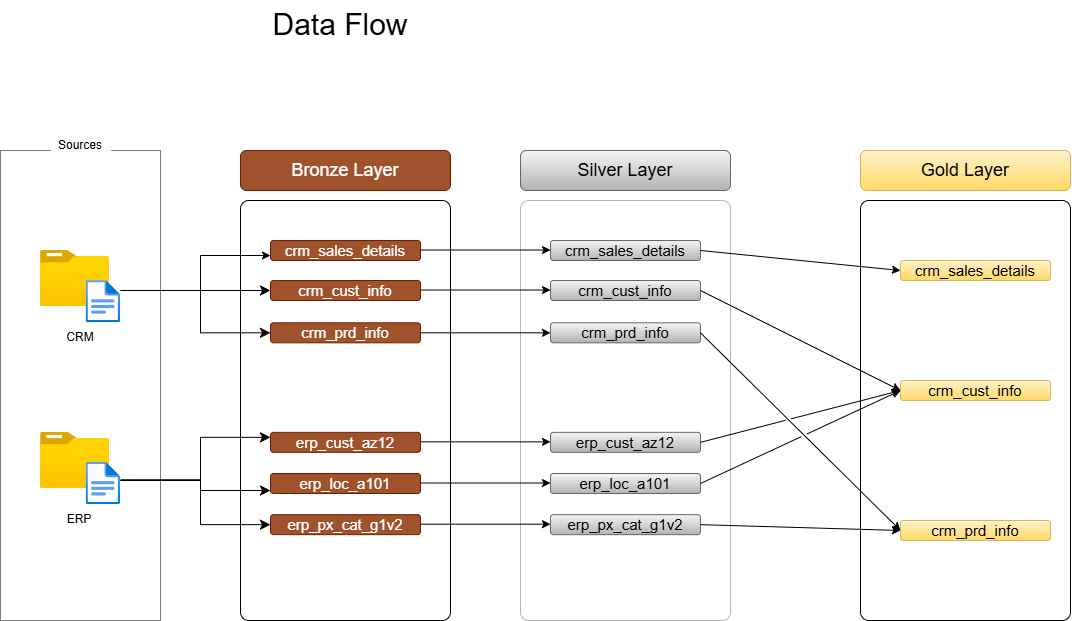
Before: Docs/data_flow.png, a diagram exported from draw.io (omprakash-mourya/sql-data-warehouse-project). Source tidied: cells renumbered, new cells last; positions are measured from the earlier drawing's top-left corner, leaving out a move shared by most shapes.
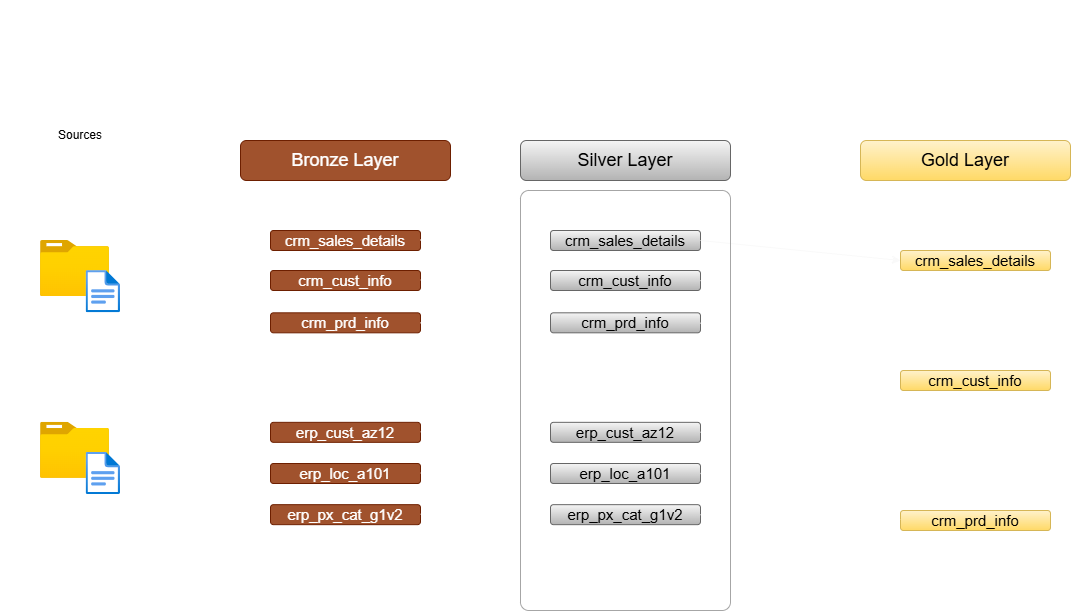
After the change.

Change to the diagram source:
```diff
@@ -2,10 +2,10 @@
   <root>
     <mxCell id="0" />
     <mxCell id="1" parent="0" />
-    <mxCell id="2" value="&lt;font style=&quot;font-size: 30px;&quot;&gt;Data Flow&lt;/font&gt;" style="text;html=1;whiteSpace=wrap;overflow=hidden;rounded=0;align=center;" parent="1" vertex="1">
-      <mxGeometry x="250" width="180" height="50" as="geometry" />
+    <mxCell id="2" value="&lt;font style=&quot;font-size: 30px; color: rgb(255, 255, 255);&quot;&gt;Data Flow&lt;/font&gt;" style="text;html=1;whiteSpace=wrap;overflow=hidden;rounded=0;align=center;fontColor=#FFFFFF;" parent="1" vertex="1">
+      <mxGeometry x="530" y="10" width="180" height="50" as="geometry" />
     </mxCell>
-    <mxCell id="3" style="rounded=0;whiteSpace=wrap;html=1;fillColor=none;dashed=1;dashPattern=1 1;" parent="1" vertex="1">
+    <mxCell id="3" style="rounded=0;whiteSpace=wrap;html=1;fillColor=none;dashed=1;dashPattern=1 2;strokeColor=#FFFFFF;" parent="1" vertex="1">
       <mxGeometry y="150" width="160" height="470" as="geometry" />
     </mxCell>
     <mxCell id="4" value="Sources" style="text;html=1;whiteSpace=wrap;strokeColor=none;fillColor=default;align=center;verticalAlign=middle;rounded=0;shadow=0;sketch=1;curveFitting=1;jiggle=2;gradientColor=none;" parent="1" vertex="1">
@@ -23,13 +23,13 @@
     <mxCell id="8" style="image;html=1;points=[];align=center;fontSize=12;image=img/lib/azure2/general/File.svg;" parent="1" vertex="1">
       <mxGeometry x="85.7" y="461.8" width="34.4" height="42.3" as="geometry" />
     </mxCell>
-    <mxCell id="9" value="CRM" style="text;html=1;whiteSpace=wrap;strokeColor=none;fillColor=none;align=center;verticalAlign=middle;rounded=0;" parent="1" vertex="1">
+    <mxCell id="9" value="CRM" style="text;html=1;whiteSpace=wrap;strokeColor=none;fillColor=none;align=center;verticalAlign=middle;rounded=0;fontColor=#FFFFFF;" parent="1" vertex="1">
       <mxGeometry x="50" y="322.3" width="60" height="30" as="geometry" />
     </mxCell>
-    <mxCell id="10" value="ERP" style="text;html=1;whiteSpace=wrap;strokeColor=none;fillColor=none;align=center;verticalAlign=middle;rounded=0;" parent="1" vertex="1">
+    <mxCell id="10" value="ERP" style="text;html=1;whiteSpace=wrap;strokeColor=none;fillColor=none;align=center;verticalAlign=middle;rounded=0;fontColor=#FFFFFF;" parent="1" vertex="1">
       <mxGeometry x="49" y="504.2" width="60" height="30" as="geometry" />
     </mxCell>
-    <mxCell id="11" style="rounded=1;whiteSpace=wrap;html=1;arcSize=4;fillColor=none;strokeWidth=1;strokeColor=light-dark(#000000,#FF8000);" parent="1" vertex="1">
+    <mxCell id="11" style="rounded=1;whiteSpace=wrap;html=1;arcSize=4;fillColor=none;strokeWidth=1;strokeColor=#FFFFFF;" parent="1" vertex="1">
       <mxGeometry x="240" y="200" width="210" height="420" as="geometry" />
     </mxCell>
     <mxCell id="12" value="&lt;font style=&quot;font-size: 18px;&quot;&gt;Bronze Layer&lt;/font&gt;" style="text;html=1;whiteSpace=wrap;strokeColor=#6D1F00;fillColor=#a0522d;align=center;verticalAlign=middle;rounded=1;fontColor=#ffffff;" parent="1" vertex="1">
@@ -53,9 +53,6 @@
     <mxCell id="18" value="&lt;font style=&quot;font-size: 15px;&quot;&gt;erp_px_cat_g1v2&lt;/font&gt;" style="text;html=1;whiteSpace=wrap;strokeColor=#6D1F00;fillColor=#a0522d;align=center;verticalAlign=middle;rounded=1;fontColor=#FFFFFF;" parent="1" vertex="1">
       <mxGeometry x="270" y="514.2" width="150" height="20" as="geometry" />
     </mxCell>
-    <mxCell id="19" style="rounded=1;whiteSpace=wrap;html=1;arcSize=4;fillColor=none;strokeColor=#B6B6B6;" parent="1" vertex="1">
-      <mxGeometry x="520" y="200" width="210" height="420" as="geometry" />
-    </mxCell>
     <mxCell id="20" value="&lt;font style=&quot;font-size: 18px;&quot;&gt;Silver Layer&lt;/font&gt;" style="text;html=1;whiteSpace=wrap;strokeColor=#666666;fillColor=#f5f5f5;align=center;verticalAlign=middle;rounded=1;gradientColor=#b3b3b3;fontColor=#000000;" parent="1" vertex="1">
       <mxGeometry x="520" y="150" width="210" height="40" as="geometry" />
     </mxCell>
@@ -77,7 +74,7 @@
     <mxCell id="26" value="&lt;font style=&quot;font-size: 15px;&quot;&gt;erp_px_cat_g1v2&lt;/font&gt;" style="text;html=1;whiteSpace=wrap;strokeColor=#666666;fillColor=#f5f5f5;align=center;verticalAlign=middle;rounded=1;gradientColor=#b3b3b3;fontColor=#000000;" parent="1" vertex="1">
       <mxGeometry x="550" y="514.2" width="150" height="20" as="geometry" />
     </mxCell>
-    <mxCell id="27" style="rounded=1;whiteSpace=wrap;html=1;arcSize=4;fillColor=none;" parent="1" vertex="1">
+    <mxCell id="27" style="rounded=1;whiteSpace=wrap;html=1;arcSize=4;fillColor=none;strokeColor=#FFFFFF;" parent="1" vertex="1">
       <mxGeometry x="860" y="200" width="210" height="420" as="geometry" />
     </mxCell>
     <mxCell id="28" value="&lt;font style=&quot;font-size: 18px;&quot;&gt;Gold Layer&lt;/font&gt;" style="text;html=1;whiteSpace=wrap;strokeColor=#d6b656;fillColor=#fff2cc;align=center;verticalAlign=middle;rounded=1;gradientColor=#ffd966;fontColor=#000000;" parent="1" vertex="1">
@@ -92,7 +89,7 @@
     <mxCell id="31" value="&lt;font style=&quot;font-size: 15px;&quot;&gt;crm_prd_info&lt;/font&gt;" style="text;html=1;whiteSpace=wrap;strokeColor=#d6b656;fillColor=#fff2cc;align=center;verticalAlign=middle;rounded=1;gradientColor=#ffd966;fontColor=#000000;" parent="1" vertex="1">
       <mxGeometry x="900" y="520" width="150" height="20" as="geometry" />
     </mxCell>
-    <mxCell id="32" style="endArrow=classic;html=1;rounded=0;entryX=0;entryY=0.75;entryDx=0;entryDy=0;exitX=1.064;exitY=0.236;exitDx=0;exitDy=0;exitPerimeter=0;" parent="1" edge="1" source="6" target="13">
+    <mxCell id="32" style="endArrow=classic;html=1;rounded=0;entryX=0;entryY=0.75;entryDx=0;entryDy=0;exitX=1.064;exitY=0.236;exitDx=0;exitDy=0;exitPerimeter=0;strokeColor=#FFFFFF;" parent="1" edge="1" source="6" target="13">
       <mxGeometry relative="1" as="geometry">
         <Array as="points">
           <mxPoint x="200" y="290" />
@@ -100,7 +97,7 @@
         </Array>
       </mxGeometry>
     </mxCell>
-    <mxCell id="33" style="edgeStyle=elbowEdgeStyle;elbow=horizontal;endArrow=classic;html=1;curved=0;rounded=0;endSize=8;startSize=8;entryX=0;entryY=0.25;entryDx=0;entryDy=0;" parent="1" edge="1" target="16">
+    <mxCell id="33" style="edgeStyle=elbowEdgeStyle;elbow=horizontal;endArrow=classic;html=1;curved=0;rounded=0;endSize=8;startSize=8;entryX=0;entryY=0.25;entryDx=0;entryDy=0;strokeColor=#FFFFFF;" parent="1" edge="1" target="16">
       <mxGeometry relative="1" as="geometry">
         <mxPoint x="120" y="480" as="sourcePoint" />
         <Array as="points">
@@ -108,7 +105,7 @@
         </Array>
       </mxGeometry>
     </mxCell>
-    <mxCell id="34" style="edgeStyle=elbowEdgeStyle;elbow=horizontal;endArrow=classic;html=1;curved=0;rounded=0;endSize=8;startSize=8;entryX=0;entryY=0.5;entryDx=0;entryDy=0;" parent="1" edge="1" target="15">
+    <mxCell id="34" style="edgeStyle=elbowEdgeStyle;elbow=horizontal;endArrow=classic;html=1;curved=0;rounded=0;endSize=8;startSize=8;entryX=0;entryY=0.5;entryDx=0;entryDy=0;strokeColor=#FFFFFF;" parent="1" edge="1" target="15">
       <mxGeometry relative="1" as="geometry">
         <mxPoint x="120" y="290" as="sourcePoint" />
         <Array as="points">
@@ -116,19 +113,19 @@
         </Array>
       </mxGeometry>
     </mxCell>
-    <mxCell id="35" style="edgeStyle=elbowEdgeStyle;elbow=horizontal;endArrow=classic;html=1;curved=0;rounded=0;endSize=8;startSize=8;entryX=0;entryY=0.5;entryDx=0;entryDy=0;exitX=1.005;exitY=0.411;exitDx=0;exitDy=0;exitPerimeter=0;" parent="1" edge="1" source="8" target="18">
+    <mxCell id="35" style="edgeStyle=elbowEdgeStyle;elbow=horizontal;endArrow=classic;html=1;curved=0;rounded=0;endSize=8;startSize=8;entryX=0;entryY=0.5;entryDx=0;entryDy=0;exitX=1.005;exitY=0.411;exitDx=0;exitDy=0;exitPerimeter=0;strokeColor=#FFFFFF;" parent="1" edge="1" source="8" target="18">
       <mxGeometry relative="1" as="geometry">
         <Array as="points">
           <mxPoint x="200" y="510" />
         </Array>
       </mxGeometry>
     </mxCell>
-    <mxCell id="36" style="edgeStyle=elbowEdgeStyle;elbow=horizontal;endArrow=classic;html=1;curved=0;rounded=0;endSize=8;startSize=8;entryX=0;entryY=0.5;entryDx=0;entryDy=0;" parent="1" edge="1" target="14">
+    <mxCell id="36" style="edgeStyle=elbowEdgeStyle;elbow=horizontal;endArrow=classic;html=1;curved=0;rounded=0;endSize=8;startSize=8;entryX=0;entryY=0.5;entryDx=0;entryDy=0;strokeColor=#FFFFFF;" parent="1" edge="1" target="14">
       <mxGeometry relative="1" as="geometry">
         <mxPoint x="120" y="290" as="sourcePoint" />
       </mxGeometry>
     </mxCell>
-    <mxCell id="37" style="edgeStyle=elbowEdgeStyle;elbow=horizontal;endArrow=classic;html=1;curved=0;rounded=0;endSize=8;startSize=8;" parent="1" edge="1" target="17">
+    <mxCell id="37" style="edgeStyle=elbowEdgeStyle;elbow=horizontal;endArrow=classic;html=1;curved=0;rounded=0;endSize=8;startSize=8;strokeColor=#FFFFFF;" parent="1" edge="1" target="17">
       <mxGeometry relative="1" as="geometry">
         <mxPoint x="120" y="480" as="sourcePoint" />
         <Array as="points">
@@ -136,56 +133,59 @@
         </Array>
       </mxGeometry>
     </mxCell>
-    <mxCell id="38" style="endArrow=classic;html=1;rounded=0;exitX=1;exitY=0.5;exitDx=0;exitDy=0;" parent="1" edge="1" source="15" target="23">
+    <mxCell id="38" style="endArrow=classic;html=1;rounded=0;exitX=1;exitY=0.5;exitDx=0;exitDy=0;strokeColor=#FFFFFF;" parent="1" edge="1" source="15" target="23">
       <mxGeometry relative="1" as="geometry" />
     </mxCell>
-    <mxCell id="39" style="endArrow=classic;html=1;rounded=0;exitX=1;exitY=0.5;exitDx=0;exitDy=0;strokeWidth=1;" parent="1" edge="1">
+    <mxCell id="39" style="endArrow=classic;html=1;rounded=0;exitX=1;exitY=0.5;exitDx=0;exitDy=0;strokeWidth=1;strokeColor=#FFFFFF;" parent="1" edge="1">
       <mxGeometry relative="1" as="geometry">
         <mxPoint x="420" y="249.5" as="sourcePoint" />
         <mxPoint x="550" y="249.5" as="targetPoint" />
       </mxGeometry>
     </mxCell>
-    <mxCell id="40" style="endArrow=classic;html=1;rounded=0;exitX=1;exitY=0.5;exitDx=0;exitDy=0;" parent="1" edge="1">
+    <mxCell id="40" style="endArrow=classic;html=1;rounded=0;exitX=1;exitY=0.5;exitDx=0;exitDy=0;strokeColor=#FFFFFF;" parent="1" edge="1">
       <mxGeometry relative="1" as="geometry">
         <mxPoint x="420" y="289.5" as="sourcePoint" />
         <mxPoint x="550" y="289.5" as="targetPoint" />
       </mxGeometry>
     </mxCell>
-    <mxCell id="41" style="endArrow=classic;html=1;rounded=0;exitX=1;exitY=0.5;exitDx=0;exitDy=0;" parent="1" edge="1">
+    <mxCell id="41" style="endArrow=classic;html=1;rounded=0;exitX=1;exitY=0.5;exitDx=0;exitDy=0;strokeColor=#FFFFFF;" parent="1" edge="1">
       <mxGeometry relative="1" as="geometry">
         <mxPoint x="420" y="441.4" as="sourcePoint" />
         <mxPoint x="550" y="441.4" as="targetPoint" />
       </mxGeometry>
     </mxCell>
-    <mxCell id="42" style="endArrow=classic;html=1;rounded=0;exitX=1;exitY=0.5;exitDx=0;exitDy=0;" parent="1" edge="1">
+    <mxCell id="42" style="endArrow=classic;html=1;rounded=0;exitX=1;exitY=0.5;exitDx=0;exitDy=0;strokeColor=#FFFFFF;" parent="1" edge="1">
       <mxGeometry relative="1" as="geometry">
         <mxPoint x="420" y="482.5" as="sourcePoint" />
         <mxPoint x="550" y="482.5" as="targetPoint" />
       </mxGeometry>
     </mxCell>
-    <mxCell id="43" style="endArrow=classic;html=1;rounded=0;exitX=1;exitY=0.5;exitDx=0;exitDy=0;" parent="1" edge="1">
+    <mxCell id="43" style="endArrow=classic;html=1;rounded=0;exitX=1;exitY=0.5;exitDx=0;exitDy=0;strokeColor=#FFFFFF;" parent="1" edge="1">
       <mxGeometry relative="1" as="geometry">
         <mxPoint x="420" y="523.7" as="sourcePoint" />
         <mxPoint x="550" y="523.7" as="targetPoint" />
       </mxGeometry>
     </mxCell>
-    <mxCell id="44" style="endArrow=classic;html=1;rounded=0;exitX=1;exitY=0.5;exitDx=0;exitDy=0;entryX=0;entryY=0.5;entryDx=0;entryDy=0;" parent="1" edge="1" source="21" target="29">
+    <mxCell id="44" style="endArrow=classic;html=1;rounded=0;exitX=1;exitY=0.5;exitDx=0;exitDy=0;entryX=0;entryY=0.5;entryDx=0;entryDy=0;strokeColor=#F9F9F9;" parent="1" edge="1" source="21" target="29">
       <mxGeometry relative="1" as="geometry" />
     </mxCell>
-    <mxCell id="45" style="endArrow=classic;html=1;rounded=0;exitX=1;exitY=0.5;exitDx=0;exitDy=0;entryX=0;entryY=0.5;entryDx=0;entryDy=0;" parent="1" edge="1" source="22" target="30">
+    <mxCell id="45" style="endArrow=classic;html=1;rounded=0;exitX=1;exitY=0.5;exitDx=0;exitDy=0;entryX=0;entryY=0.5;entryDx=0;entryDy=0;strokeColor=#FFFFFF;" parent="1" edge="1" source="22" target="30">
       <mxGeometry relative="1" as="geometry" />
     </mxCell>
-    <mxCell id="46" style="endArrow=classic;html=1;rounded=0;exitX=1;exitY=0.5;exitDx=0;exitDy=0;entryX=0;entryY=0.5;entryDx=0;entryDy=0;" parent="1" edge="1" source="23" target="31">
+    <mxCell id="46" style="endArrow=classic;html=1;rounded=0;exitX=1;exitY=0.5;exitDx=0;exitDy=0;entryX=0;entryY=0.5;entryDx=0;entryDy=0;strokeColor=#FFFFFF;" parent="1" edge="1" source="23" target="31">
       <mxGeometry relative="1" as="geometry" />
     </mxCell>
-    <mxCell id="47" style="endArrow=classic;html=1;rounded=0;exitX=1;exitY=0.5;exitDx=0;exitDy=0;entryX=0;entryY=0.5;entryDx=0;entryDy=0;" parent="1" edge="1" source="26" target="31">
+    <mxCell id="47" style="endArrow=classic;html=1;rounded=0;exitX=1;exitY=0.5;exitDx=0;exitDy=0;entryX=0;entryY=0.5;entryDx=0;entryDy=0;strokeColor=#FFFFFF;" parent="1" edge="1" source="26" target="31">
       <mxGeometry relative="1" as="geometry" />
     </mxCell>
-    <mxCell id="48" style="endArrow=classic;html=1;rounded=0;exitX=1;exitY=0.5;exitDx=0;exitDy=0;entryX=0;entryY=0.5;entryDx=0;entryDy=0;jumpStyle=gap;" parent="1" edge="1" source="25" target="30">
+    <mxCell id="48" style="endArrow=classic;html=1;rounded=0;exitX=1;exitY=0.5;exitDx=0;exitDy=0;entryX=0;entryY=0.5;entryDx=0;entryDy=0;jumpStyle=gap;strokeColor=#FFFFFF;" parent="1" edge="1" source="25" target="30">
       <mxGeometry relative="1" as="geometry" />
     </mxCell>
-    <mxCell id="49" style="endArrow=classic;html=1;rounded=0;exitX=1;exitY=0.5;exitDx=0;exitDy=0;entryX=0;entryY=0.5;entryDx=0;entryDy=0;jumpStyle=gap;" parent="1" edge="1" source="24" target="30">
+    <mxCell id="49" style="endArrow=classic;html=1;rounded=0;exitX=1;exitY=0.5;exitDx=0;exitDy=0;entryX=0;entryY=0.5;entryDx=0;entryDy=0;jumpStyle=gap;strokeColor=#FFFFFF;" parent="1" edge="1" source="24" target="30">
       <mxGeometry relative="1" as="geometry" />
     </mxCell>
+    <mxCell id="50" style="rounded=1;whiteSpace=wrap;html=1;fillColor=none;arcSize=4;strokeColor=#A6A6A6;" parent="1" vertex="1">
+      <mxGeometry x="520" y="200" width="210" height="420" as="geometry" />
+    </mxCell>
   </root>
 </mxGraphModel>
```
